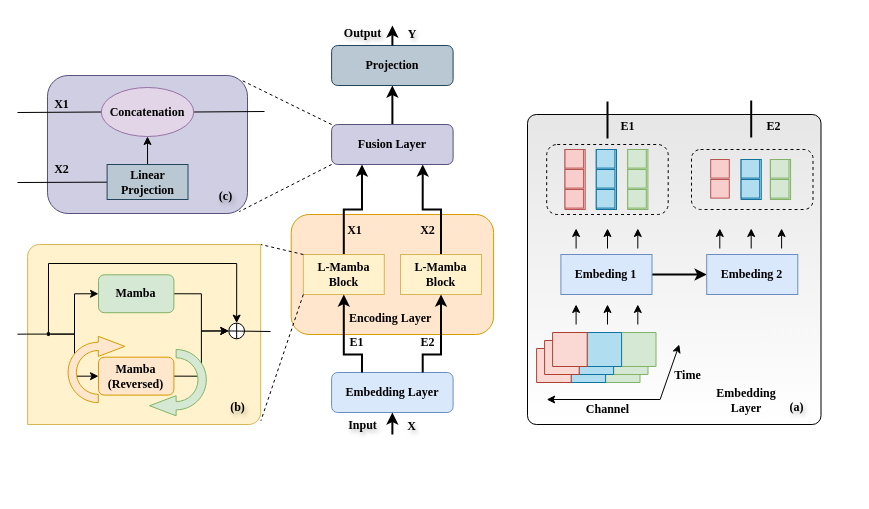
The draw.io diagram page "L-Mamba" (6 of 7) of pics/my_model.drawio in nanxi666/TimeMachine, before the edit. Source tidied: cells renumbered, new cells numbered last; positions are measured from the earlier drawing's top-left corner, leaving out a move shared by most shapes. Both pictures are drawn from the tidied source at 100%, with x=0, y=0 at pixel (17, 25).
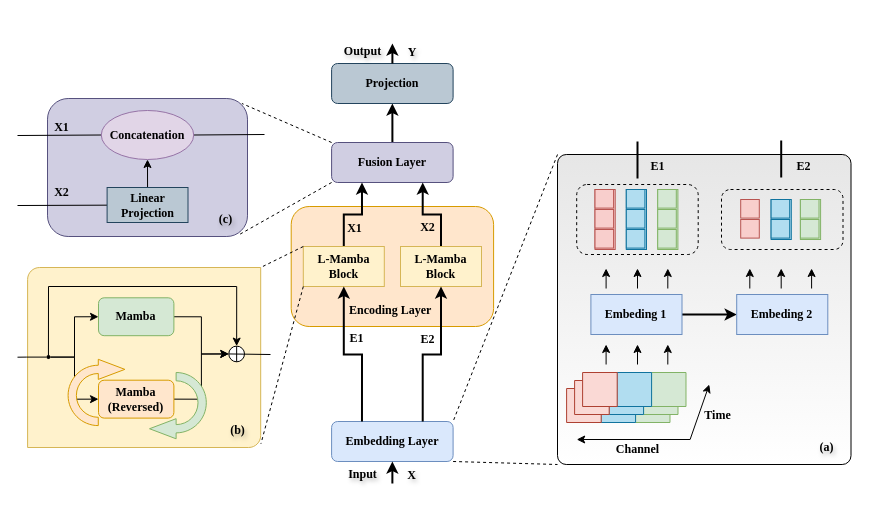
The same page after the edit.

Unchanged cells that the change refers to:
```xml
<mxCell id="2" style="group;" parent="1" vertex="1">
  <mxGeometry x="10" width="813.5" height="409" as="geometry" />
</mxCell>
<mxCell id="30" style="rounded=1;whiteSpace=wrap;html=1;arcSize=3;gradientColor=#FFFFFF;fillColor=#E6E6E6;fontFamily=Times New Roman;fontStyle=1;" parent="29" vertex="1">
  <mxGeometry y="14" width="293.5" height="310" as="geometry" />
</mxCell>
```

Diff of the diagram source:
```diff
@@
+    <mxCell id="107" style="rounded=0;jettySize=auto;html=1;exitX=1;exitY=1;exitDx=0;exitDy=0;entryX=0;entryY=1;entryDx=0;entryDy=0;endArrow=none;startFill=0;dashed=1;" parent="2" edge="1" source="3" target="30">
+      <mxGeometry relative="1" as="geometry" />
+    </mxCell>
     <mxCell id="3" value="Embedding Layer" style="rounded=1;whiteSpace=wrap;html=1;fillColor=#dae8fc;strokeColor=#6c8ebf;fontFamily=Times New Roman;fontStyle=1;" parent="2" vertex="1">
-      <mxGeometry x="304.1" y="347" width="121.5" height="40" as="geometry" />
+      <mxGeometry x="304.1" y="396" width="121.5" height="40" as="geometry" />
     </mxCell>
     <mxCell id="4" style="rounded=1;whiteSpace=wrap;html=1;fillColor=#ffe6cc;strokeColor=#d79b00;fontFamily=Times New Roman;fontStyle=1;" parent="2" vertex="1">
-      <mxGeometry x="263.7" y="189" width="202.4" height="120" as="geometry" />
+      <mxGeometry x="263.7" y="181" width="202.4" height="120" as="geometry" />
     </mxCell>
@@
     <mxCell id="7" value="Fusion&lt;span style=&quot;background-color: transparent; color: light-dark(rgb(0, 0, 0), rgb(255, 255, 255));&quot;&gt;&amp;nbsp;Layer&lt;/span&gt;" style="rounded=1;whiteSpace=wrap;html=1;fillColor=#d0cee2;strokeColor=#56517e;fontFamily=Times New Roman;fontStyle=1;" parent="2" vertex="1">
-      <mxGeometry x="304.1" y="99" width="121.5" height="40" as="geometry" />
+      <mxGeometry x="304.1" y="117" width="121.5" height="40" as="geometry" />
     </mxCell>
     <mxCell id="8" value="Projection" style="rounded=1;whiteSpace=wrap;html=1;fillColor=#bac8d3;strokeColor=#23445d;fontFamily=Times New Roman;fontStyle=1;" parent="2" vertex="1">
-      <mxGeometry x="304.1" y="20" width="121.5" height="40" as="geometry" />
+      <mxGeometry x="304.1" y="38" width="121.5" height="40" as="geometry" />
     </mxCell>
@@
     <mxCell id="10" value="L-Mamba Block" style="rounded=0;whiteSpace=wrap;html=1;fillColor=#fff2cc;strokeColor=#d6b656;fontFamily=Times New Roman;fontStyle=1;" parent="2" vertex="1">
-      <mxGeometry x="275.8" y="229" width="81" height="40" as="geometry" />
+      <mxGeometry x="275.8" y="221" width="81" height="40" as="geometry" />
     </mxCell>
@@
     <mxCell id="12" value="L-Mamba Block" style="rounded=0;whiteSpace=wrap;html=1;fillColor=#fff2cc;strokeColor=#d6b656;fontFamily=Times New Roman;fontStyle=1;" parent="2" vertex="1">
-      <mxGeometry x="373" y="229" width="81" height="40" as="geometry" />
+      <mxGeometry x="373" y="221" width="81" height="40" as="geometry" />
     </mxCell>
@@
     <mxCell id="18" value="E1" style="text;html=1;align=center;verticalAlign=middle;whiteSpace=wrap;rounded=0;fontFamily=Times New Roman;fontStyle=1;" parent="2" vertex="1">
-      <mxGeometry x="310.2" y="307" width="38.5" height="20" as="geometry" />
+      <mxGeometry x="310.2" y="303" width="38.5" height="20" as="geometry" />
     </mxCell>
     <mxCell id="19" value="E2" style="text;html=1;align=center;verticalAlign=middle;whiteSpace=wrap;rounded=0;fontFamily=Times New Roman;fontStyle=1;" parent="2" vertex="1">
-      <mxGeometry x="381.1" y="307" width="38.5" height="20" as="geometry" />
+      <mxGeometry x="381.1" y="304" width="38.5" height="20" as="geometry" />
     </mxCell>
     <mxCell id="20" value="Input" style="text;html=1;align=center;verticalAlign=middle;whiteSpace=wrap;rounded=0;spacing=3;textShadow=1;fontFamily=Times New Roman;fontStyle=1;" parent="2" vertex="1">
-      <mxGeometry x="315.3" y="395" width="40.5" height="10" as="geometry" />
+      <mxGeometry x="315.3" y="444" width="40.5" height="10" as="geometry" />
     </mxCell>
     <mxCell id="21" style="edgeStyle=orthogonalEdgeStyle;rounded=0;jettySize=auto;html=1;entryX=0.5;entryY=1;entryDx=0;entryDy=0;strokeWidth=2;fontFamily=Times New Roman;fontStyle=1;" parent="2" edge="1" target="3">
       <mxGeometry relative="1" as="geometry">
-        <mxPoint x="364.9" y="409" as="sourcePoint" />
+        <mxPoint x="364.9" y="458" as="sourcePoint" />
       </mxGeometry>
     </mxCell>
     <mxCell id="22" value="Output" style="text;html=1;align=center;verticalAlign=middle;whiteSpace=wrap;rounded=0;spacing=3;textShadow=1;fontFamily=Times New Roman;fontStyle=1;" parent="2" vertex="1">
-      <mxGeometry x="315.3" y="3" width="40.5" height="10" as="geometry" />
+      <mxGeometry x="315.3" y="21" width="40.5" height="10" as="geometry" />
     </mxCell>
     <mxCell id="23" style="edgeStyle=orthogonalEdgeStyle;rounded=0;orthogonalLoop=1;jettySize=auto;html=1;entryX=0.5;entryY=1;entryDx=0;entryDy=0;strokeWidth=2;fontFamily=Times New Roman;fontStyle=1;" parent="2" edge="1">
       <mxGeometry relative="1" as="geometry">
-        <mxPoint x="364.9" y="20" as="sourcePoint" />
-        <mxPoint x="364.9" as="targetPoint" />
+        <mxPoint x="364.9" y="38" as="sourcePoint" />
+        <mxPoint x="364.9" y="18" as="targetPoint" />
       </mxGeometry>
     </mxCell>
     <mxCell id="24" value="Encoding Layer" style="text;whiteSpace=wrap;fontFamily=Times New Roman;fontStyle=1;" parent="2" vertex="1">
-      <mxGeometry x="319.6" y="279" width="90.6" height="21" as="geometry" />
+      <mxGeometry x="319.6" y="271" width="90.6" height="21" as="geometry" />
     </mxCell>
     <mxCell id="25" value="X1" style="text;html=1;align=center;verticalAlign=middle;whiteSpace=wrap;rounded=0;fontFamily=Times New Roman;fontStyle=1;" parent="2" vertex="1">
-      <mxGeometry x="308.2" y="194.5" width="38.5" height="20" as="geometry" />
+      <mxGeometry x="308.2" y="192.5" width="38.5" height="20" as="geometry" />
     </mxCell>
     <mxCell id="26" value="X2" style="text;html=1;align=center;verticalAlign=middle;whiteSpace=wrap;rounded=0;fontFamily=Times New Roman;fontStyle=1;" parent="2" vertex="1">
-      <mxGeometry x="381.1" y="194.5" width="38.5" height="20" as="geometry" />
+      <mxGeometry x="381.1" y="191.5" width="38.5" height="20" as="geometry" />
     </mxCell>
     <mxCell id="27" value="X" style="text;html=1;align=center;verticalAlign=middle;whiteSpace=wrap;rounded=0;spacing=3;textShadow=1;fontFamily=Times New Roman;fontStyle=1;" parent="2" vertex="1">
-      <mxGeometry x="379.1" y="396" width="10.9" height="10" as="geometry" />
+      <mxGeometry x="379.1" y="445" width="10.9" height="10" as="geometry" />
     </mxCell>
     <mxCell id="28" value="Y" style="text;html=1;align=center;verticalAlign=middle;whiteSpace=wrap;rounded=0;spacing=3;textShadow=1;fontFamily=Times New Roman;fontStyle=1;" parent="2" vertex="1">
-      <mxGeometry x="380" y="4" width="10" height="10" as="geometry" />
+      <mxGeometry x="380" y="22" width="10" height="10" as="geometry" />
     </mxCell>
     <mxCell id="29" style="group;" parent="2" vertex="1">
-      <mxGeometry x="500" y="75" width="293.5" height="324" as="geometry" />
+      <mxGeometry x="530" y="115" width="293.5" height="324" as="geometry" />
     </mxCell>
@@
-    <mxCell id="77" value="&lt;span style=&quot;font-family: &amp;quot;Times New Roman&amp;quot;; font-weight: 700;&quot;&gt;Embedding Layer&lt;/span&gt;" style="text;html=1;align=center;verticalAlign=middle;whiteSpace=wrap;rounded=0;" parent="29" vertex="1">
-      <mxGeometry x="189" y="285" width="60" height="30" as="geometry" />
-    </mxCell>
     <mxCell id="78" style="group;" parent="2" vertex="1">
-      <mxGeometry x="-10" y="219" width="253" height="180" as="geometry" />
+      <mxGeometry x="-10" y="242" width="253" height="180" as="geometry" />
     </mxCell>
@@
     <mxCell id="96" style="group;" parent="2" vertex="1">
-      <mxGeometry x="-10" y="50" width="247" height="138" as="geometry" />
+      <mxGeometry x="-10" y="73" width="247" height="138" as="geometry" />
     </mxCell>
@@
+    <mxCell id="108" style="rounded=0;jettySize=auto;html=1;exitX=0;exitY=0;exitDx=0;exitDy=0;entryX=1;entryY=0;entryDx=0;entryDy=0;dashed=1;endArrow=none;startFill=0;" parent="2" edge="1" source="30" target="3">
+      <mxGeometry relative="1" as="geometry" />
+    </mxCell>
```
